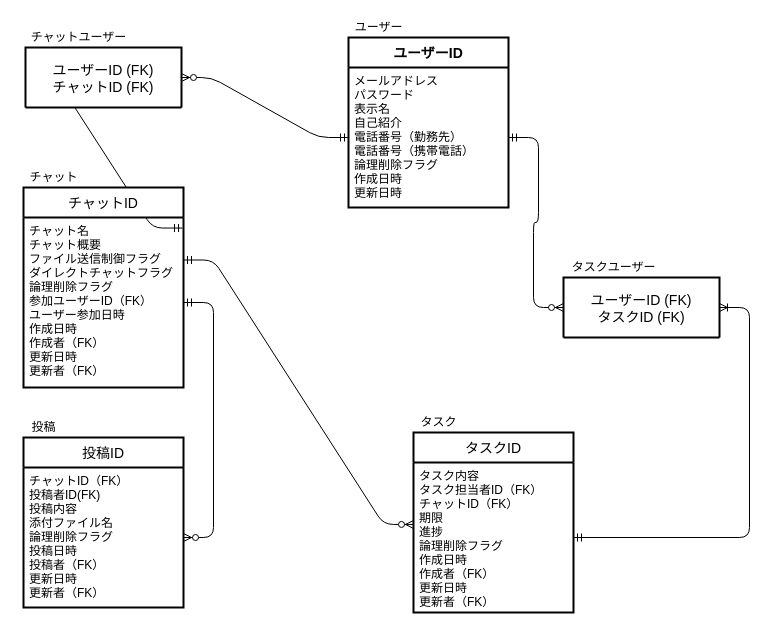
Earlier version of the draw.io diagram db/db-challenge1/db-challenge1.drawio (labotinc/quelcode-db). Source tidied: cells renumbered, new cells numbered last; positions are measured from the earlier drawing's top-left corner, leaving out a move shared by most shapes. Both pictures are drawn from the tidied source at 100%, with x=0, y=0 at pixel (23, 17).
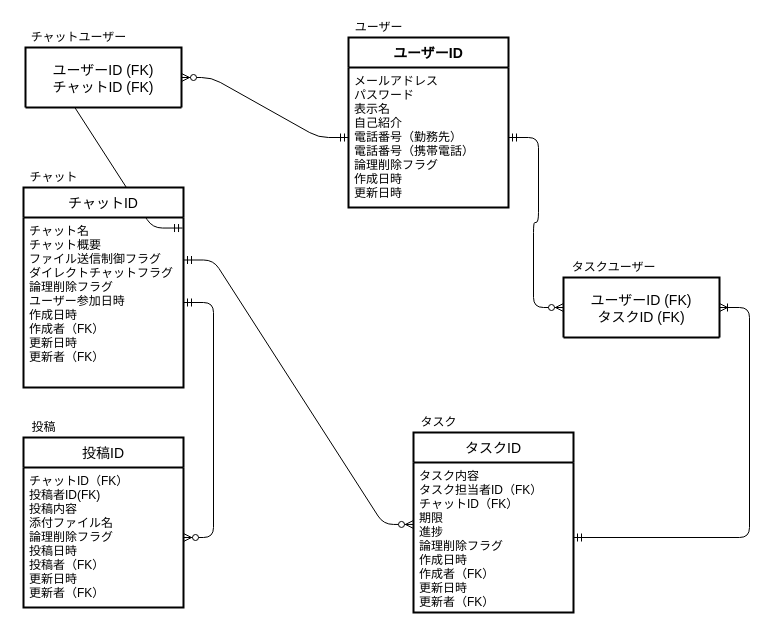
The same diagram, later.

Commit message:
参加ユーザーIDの削除

The change refers to these unchanged cells:
```xml
<mxCell id="4" value="チャットID" style="swimlane;horizontal=1;startSize=30;rounded=1;fontSize=14;fontStyle=0;strokeWidth=2;shadow=0;dashed=0;align=center;arcSize=0;" parent="1" vertex="1">
  <mxGeometry y="170" width="160" height="200" as="geometry" />
</mxCell>
```

Diff of the diagram source:
```diff
@@
-    <mxCell id="5" value="チャット名&#10;チャット概要&#10;ファイル送信制御フラグ&#10;ダイレクトチャットフラグ&#10;論理削除フラグ&#10;参加ユーザーID（FK）&#10;ユーザー参加日時&#10;作成日時&#10;作成者（FK）&#10;更新日時&#10;更新者（FK）" style="align=left;strokeColor=none;fillColor=none;spacingLeft=4;fontSize=12;verticalAlign=top;" parent="4" vertex="1">
+    <mxCell id="5" value="チャット名&#10;チャット概要&#10;ファイル送信制御フラグ&#10;ダイレクトチャットフラグ&#10;論理削除フラグ&#10;ユーザー参加日時&#10;作成日時&#10;作成者（FK）&#10;更新日時&#10;更新者（FK）" style="align=left;strokeColor=none;fillColor=none;spacingLeft=4;fontSize=12;verticalAlign=top;" parent="4" vertex="1">
       <mxGeometry y="30" width="160" height="170" as="geometry" />
     </mxCell>
```
